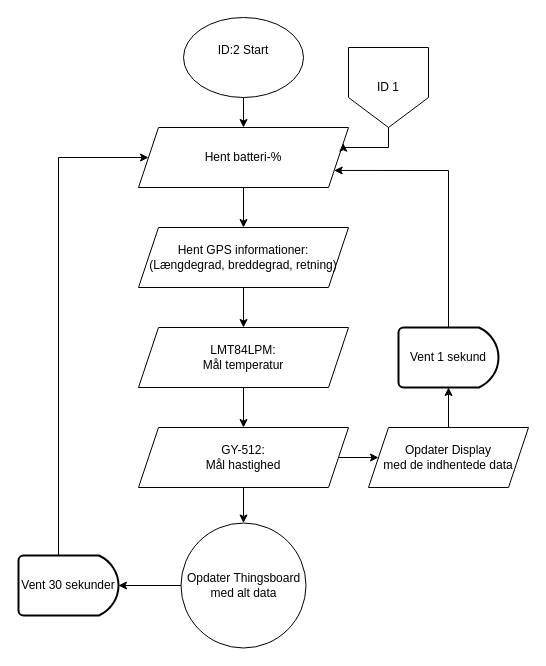
Before: SW FlowCharts/ID2 V1 Info på Display.drawio in KEA-E24-B9-IOT1/E24-B9-IoT1, a draw.io diagram. Source tidied: cells renumbered, new cells numbered last; positions are measured from the earlier drawing's top-left corner, leaving out a move shared by most shapes. Both pictures are drawn from the tidied source at 100%, with x=0, y=0 at pixel (18, 17).
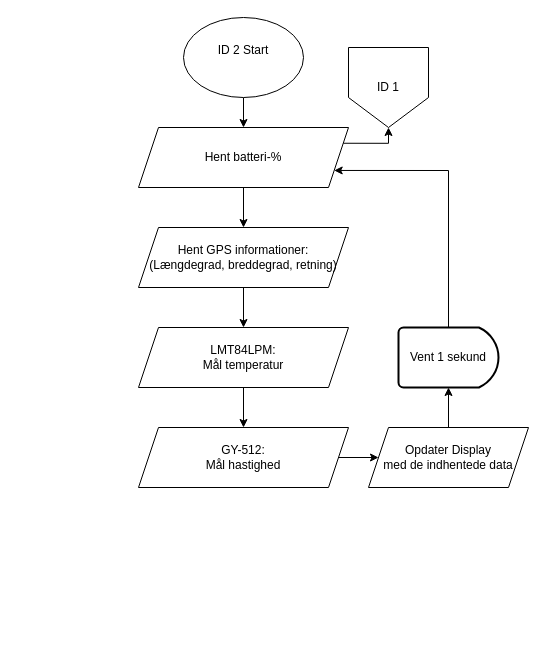
Above is the later version.

The change refers to these unchanged cells:
```xml
<mxCell id="4" value="Hent batteri-%" style="shape=parallelogram;perimeter=parallelogramPerimeter;whiteSpace=wrap;html=1;fixedSize=1;rounded=0;" parent="1" vertex="1">
  <mxGeometry x="120" y="110" width="210" height="60" as="geometry" />
</mxCell>
<mxCell id="11" value="ID 1" style="shape=offPageConnector;whiteSpace=wrap;html=1;" parent="1" vertex="1">
  <mxGeometry x="330" y="30" width="80" height="80" as="geometry" />
</mxCell>
<mxCell id="16" value="GY-512:&lt;br&gt;Mål hastighed" style="shape=parallelogram;perimeter=parallelogramPerimeter;whiteSpace=wrap;html=1;fixedSize=1;rounded=0;" parent="1" vertex="1">
  <mxGeometry x="120" y="410" width="210" height="60" as="geometry" />
</mxCell>
```

What changed in the source:
```diff
@@
-    <mxCell id="3" value="ID:2 Start&lt;div&gt;&lt;br&gt;&lt;/div&gt;" style="ellipse;whiteSpace=wrap;html=1;" parent="1" vertex="1">
+    <mxCell id="3" value="ID 2 Start&lt;div&gt;&lt;br&gt;&lt;/div&gt;" style="ellipse;whiteSpace=wrap;html=1;" parent="1" vertex="1">
       <mxGeometry x="165" width="120" height="80" as="geometry" />
     </mxCell>
+    <mxCell id="23" style="edgeStyle=orthogonalEdgeStyle;rounded=0;jettySize=auto;html=1;exitX=1;exitY=0.25;exitDx=0;exitDy=0;entryX=0.5;entryY=1;entryDx=0;entryDy=0;" parent="1" edge="1" source="4" target="11">
+      <mxGeometry relative="1" as="geometry">
+        <Array as="points">
+          <mxPoint x="370" y="126" />
+        </Array>
+      </mxGeometry>
+    </mxCell>
@@
-    <mxCell id="5" style="edgeStyle=orthogonalEdgeStyle;rounded=0;jettySize=auto;html=1;" parent="1" edge="1" source="6" target="17">
-      <mxGeometry relative="1" as="geometry" />
-    </mxCell>
-    <mxCell id="6" value="Opdater Thingsboard med alt data" style="ellipse;whiteSpace=wrap;html=1;" parent="1" vertex="1">
-      <mxGeometry x="162.5" y="505.5" width="125" height="125" as="geometry" />
-    </mxCell>
-    <mxCell id="7" style="edgeStyle=orthogonalEdgeStyle;rounded=0;jettySize=auto;html=1;entryX=0;entryY=0.5;entryDx=0;entryDy=0;exitX=0.4;exitY=0;exitDx=0;exitDy=0;exitPerimeter=0;" parent="1" edge="1" source="17" target="4">
-      <mxGeometry relative="1" as="geometry">
-        <Array as="points">
-          <mxPoint x="40" y="140" />
-        </Array>
-      </mxGeometry>
-    </mxCell>
@@
-    <mxCell id="10" style="edgeStyle=orthogonalEdgeStyle;rounded=0;jettySize=auto;html=1;exitX=0.5;exitY=1;exitDx=0;exitDy=0;entryX=1;entryY=0.25;entryDx=0;entryDy=0;" parent="1" edge="1" source="11" target="4">
-      <mxGeometry relative="1" as="geometry" />
-    </mxCell>
@@
-    <mxCell id="14" style="edgeStyle=orthogonalEdgeStyle;rounded=0;jettySize=auto;html=1;" parent="1" edge="1" source="16" target="6">
-      <mxGeometry relative="1" as="geometry" />
-    </mxCell>
@@
-    <mxCell id="17" value="Vent 30 sekunder" style="strokeWidth=2;html=1;shape=mxgraph.flowchart.delay;whiteSpace=wrap;" parent="1" vertex="1">
-      <mxGeometry y="538" width="100" height="60" as="geometry" />
-    </mxCell>
```
